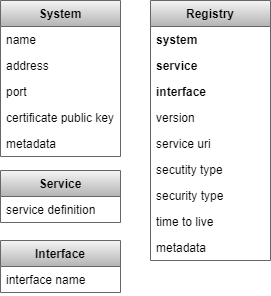
Above: serviceregistry/docs/v4.4.0/figures/serviceregistry_data_overview.png in eclipse-arrowhead/core-java-spring (draw.io), before the change. Source tidied: cells renumbered, new cells last; positions are measured from the earlier drawing's top-left corner, leaving out a move shared by most shapes.
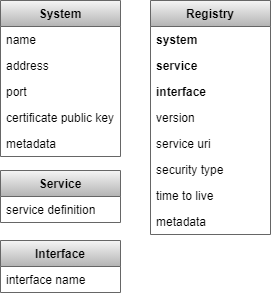
Later version of the same file.

What changed in the source:
```diff
@@ -33,7 +33,7 @@
       <mxGeometry y="26" width="120" height="26" as="geometry" />
     </mxCell>
     <mxCell id="12" value="Registry" style="swimlane;fontStyle=1;horizontal=1;startSize=26;fillColor=#f5f5f5;gradientColor=#b3b3b3;strokeColor=#666666;swimlaneLine=1;" parent="1" vertex="1">
-      <mxGeometry x="150" width="120" height="260" as="geometry" />
+      <mxGeometry x="150" width="120" height="234" as="geometry" />
     </mxCell>
     <mxCell id="13" value="system" style="text;strokeColor=none;fillColor=none;align=left;verticalAlign=top;spacingLeft=4;spacingRight=4;overflow=hidden;fontStyle=1;" parent="12" vertex="1">
       <mxGeometry y="26" width="120" height="26" as="geometry" />
@@ -50,17 +50,14 @@
     <mxCell id="17" value="service uri" style="text;strokeColor=none;fillColor=none;align=left;verticalAlign=top;spacingLeft=4;spacingRight=4;overflow=hidden;" parent="12" vertex="1">
       <mxGeometry y="130" width="120" height="26" as="geometry" />
     </mxCell>
-    <mxCell id="18" value="secutity type" style="text;strokeColor=none;fillColor=none;align=left;verticalAlign=top;spacingLeft=4;spacingRight=4;overflow=hidden;" parent="12" vertex="1">
+    <mxCell id="18" value="security type" style="text;strokeColor=none;fillColor=none;align=left;verticalAlign=top;spacingLeft=4;spacingRight=4;overflow=hidden;" parent="12" vertex="1">
       <mxGeometry y="156" width="120" height="26" as="geometry" />
     </mxCell>
-    <mxCell id="19" value="security type" style="text;strokeColor=none;fillColor=none;align=left;verticalAlign=top;spacingLeft=4;spacingRight=4;overflow=hidden;" parent="12" vertex="1">
-      <mxGeometry y="182" width="120" height="26" as="geometry" />
-    </mxCell>
     <mxCell id="20" value="time to live" style="text;strokeColor=none;fillColor=none;align=left;verticalAlign=top;spacingLeft=4;spacingRight=4;overflow=hidden;" parent="12" vertex="1">
-      <mxGeometry y="208" width="120" height="26" as="geometry" />
+      <mxGeometry y="182" width="120" height="26" as="geometry" />
     </mxCell>
     <mxCell id="21" value="metadata" style="text;strokeColor=none;fillColor=none;align=left;verticalAlign=top;spacingLeft=4;spacingRight=4;overflow=hidden;" parent="12" vertex="1">
-      <mxGeometry y="234" width="120" height="26" as="geometry" />
+      <mxGeometry y="208" width="120" height="26" as="geometry" />
     </mxCell>
   </root>
 </mxGraphModel>
```
